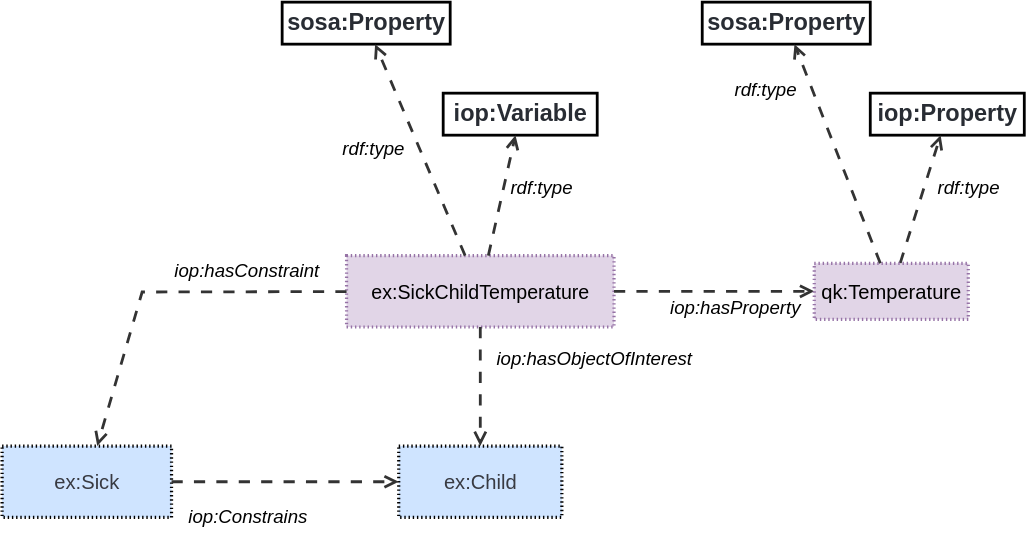
Before: ssn/images/Temperature-i-adopt.svg, a diagram exported from draw.io (afeliachi/sdw-sosa-ssn). Source tidied: cells renumbered, new cells last; positions are measured from the earlier drawing's top-left corner, leaving out a move shared by most shapes.
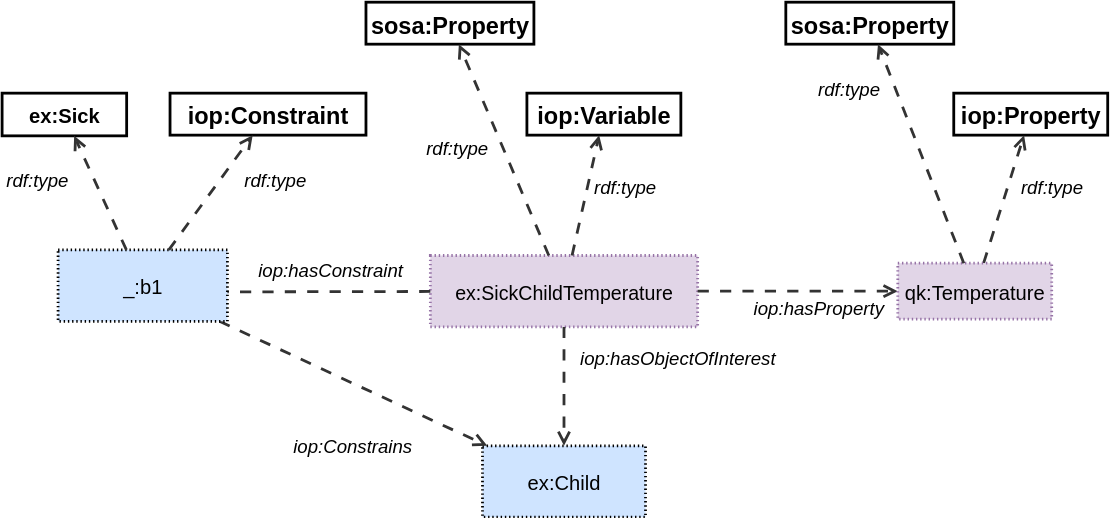
The same diagram one commit later.

Commit message:
Correct I-ADOPT example per discussion in https://github.com/w3c/sdw-sosa-ssn/issues/347

Diff of the diagram source:
```diff
@@ -2,87 +2,105 @@
   <root>
     <mxCell id="0" />
     <mxCell id="1" parent="0" />
-    <mxCell id="2" value="&lt;font style=&quot;font-size: 14px;&quot;&gt;ex:SickChildTemperature&lt;/font&gt;" style="html=1;overflow=block;blockSpacing=1;whiteSpace=wrap;fontSize=14.4;fontFamily=Helvetica;align=center;spacing=0;strokeOpacity=100;fillOpacity=100;fillColor=#e1d5e7;dashed=1;fixDash=1;dashPattern=1 2;strokeWidth=2.3;strokeColor=#9673a6;" parent="1" vertex="1">
+    <mxCell id="2" value="&lt;font style=&quot;font-size: 14px;&quot;&gt;ex:SickChildTemperature&lt;/font&gt;" style="html=1;overflow=block;blockSpacing=1;whiteSpace=wrap;fontSize=14.4;fontFamily=Helvetica;align=center;spacing=0;strokeOpacity=100;fillOpacity=100;fillColor=#e1d5e7;dashed=1;fixDash=1;dashPattern=1 2;strokeWidth=2;strokeColor=#9673a6;fontColor=default;convertToSvg=1;" parent="1" vertex="1">
       <mxGeometry x="246" y="181" width="191" height="51" as="geometry" />
     </mxCell>
-    <mxCell id="3" value="iop:Variable" style="html=1;overflow=block;blockSpacing=1;whiteSpace=wrap;fontSize=16.8;fontColor=#282c33;fontStyle=1;align=center;spacing=0;strokeOpacity=100;fillOpacity=0;fillColor=#000000;strokeWidth=2;" parent="1" vertex="1">
+    <mxCell id="3" value="iop:Variable" style="html=1;overflow=block;blockSpacing=1;whiteSpace=wrap;fontSize=16.8;fontColor=default;fontStyle=1;align=center;spacing=0;strokeOpacity=100;fillOpacity=0;fillColor=#000000;strokeWidth=2;convertToSvg=1;" parent="1" vertex="1">
       <mxGeometry x="315" y="65" width="110" height="30" as="geometry" />
     </mxCell>
-    <mxCell id="4" value="rdf:type" style="html=1;overflow=block;blockSpacing=1;whiteSpace=wrap;fontSize=13.3;fontStyle=2;align=left;spacing=3.8;verticalAlign=top;strokeColor=none;fillOpacity=0;fillColor=#ffffff;dashed=1;fixDash=1;dashPattern=16 6;strokeWidth=0;lucidId=0ZtLoD1I2n68;" parent="1" vertex="1">
+    <mxCell id="4" value="rdf:type" style="html=1;overflow=block;blockSpacing=1;whiteSpace=wrap;fontSize=13.3;fontStyle=2;align=left;spacing=3.8;verticalAlign=top;strokeColor=none;fillOpacity=0;fillColor=#ffffff;dashed=1;fixDash=1;dashPattern=16 6;strokeWidth=2;lucidId=0ZtLoD1I2n68;fontColor=default;convertToSvg=1;" parent="1" vertex="1">
       <mxGeometry x="360" y="122" width="70" height="28" as="geometry" />
     </mxCell>
-    <mxCell id="5" style="html=1;jettySize=18;whiteSpace=wrap;fontSize=13;strokeColor=#333333;strokeOpacity=100;dashed=1;fixDash=1;dashPattern=8 8;strokeWidth=2;rounded=0;startArrow=none;endArrow=open;lucidId=0ZtLjH5MFli1;" parent="1" edge="1" source="2" target="3">
+    <mxCell id="5" style="html=1;jettySize=18;whiteSpace=wrap;fontSize=13;strokeColor=#333333;strokeOpacity=100;dashed=1;fixDash=1;dashPattern=8 8;strokeWidth=2;rounded=0;startArrow=none;endArrow=open;lucidId=0ZtLjH5MFli1;fontColor=default;convertToSvg=1;" parent="1" edge="1" source="2" target="3">
       <mxGeometry relative="1" as="geometry" />
     </mxCell>
-    <mxCell id="6" style="html=1;jettySize=18;whiteSpace=wrap;fontSize=13;strokeColor=#333333;strokeOpacity=100;dashed=1;fixDash=1;dashPattern=8 8;strokeWidth=2;rounded=0;startArrow=none;endArrow=open;lucidId=0ZtL0HBQd7HC;" parent="1" edge="1" source="2" target="10">
+    <mxCell id="6" style="html=1;jettySize=18;whiteSpace=wrap;fontSize=13;strokeColor=#333333;strokeOpacity=100;dashed=1;fixDash=1;dashPattern=8 8;strokeWidth=2;rounded=0;startArrow=none;endArrow=open;lucidId=0ZtL0HBQd7HC;fontColor=default;convertToSvg=1;" parent="1" edge="1" source="2" target="10">
       <mxGeometry relative="1" as="geometry" />
     </mxCell>
-    <mxCell id="7" value="iop:Property" style="html=1;overflow=block;blockSpacing=1;whiteSpace=wrap;fontSize=16.8;fontColor=#282c33;fontStyle=1;align=center;spacing=0;strokeOpacity=100;fillOpacity=0;fillColor=#000000;strokeWidth=2;" parent="1" vertex="1">
+    <mxCell id="7" value="iop:Property" style="html=1;overflow=block;blockSpacing=1;whiteSpace=wrap;fontSize=16.8;fontColor=default;fontStyle=1;align=center;spacing=0;strokeOpacity=100;fillOpacity=0;fillColor=#000000;strokeWidth=2;convertToSvg=1;" parent="1" vertex="1">
       <mxGeometry x="620" y="65" width="110" height="30" as="geometry" />
     </mxCell>
-    <mxCell id="8" style="html=1;jettySize=18;whiteSpace=wrap;fontSize=13;strokeColor=#333333;strokeOpacity=100;dashed=1;fixDash=1;dashPattern=8 8;strokeWidth=2;rounded=0;startArrow=none;endArrow=open;lucidId=P2tL9udR5Qlz;" parent="1" edge="1" source="10" target="7">
+    <mxCell id="8" style="html=1;jettySize=18;whiteSpace=wrap;fontSize=13;strokeColor=#333333;strokeOpacity=100;dashed=1;fixDash=1;dashPattern=8 8;strokeWidth=2;rounded=0;startArrow=none;endArrow=open;lucidId=P2tL9udR5Qlz;fontColor=default;convertToSvg=1;" parent="1" edge="1" source="10" target="7">
       <mxGeometry relative="1" as="geometry" />
     </mxCell>
-    <mxCell id="9" value="rdf:type" style="html=1;overflow=block;blockSpacing=1;whiteSpace=wrap;fontSize=13.3;fontStyle=2;align=left;spacing=3.8;verticalAlign=top;strokeColor=none;fillOpacity=0;fillColor=#ffffff;dashed=1;fixDash=1;dashPattern=16 6;strokeWidth=0;lucidId=P2tLiGQ9.Ah0;" parent="1" vertex="1">
+    <mxCell id="9" value="rdf:type" style="html=1;overflow=block;blockSpacing=1;whiteSpace=wrap;fontSize=13.3;fontStyle=2;align=left;spacing=3.8;verticalAlign=top;strokeColor=none;fillOpacity=0;fillColor=#ffffff;dashed=1;fixDash=1;dashPattern=16 6;strokeWidth=2;lucidId=P2tLiGQ9.Ah0;fontColor=default;convertToSvg=1;" parent="1" vertex="1">
       <mxGeometry x="665" y="122" width="70" height="28" as="geometry" />
     </mxCell>
-    <mxCell id="10" value="qk:Temperature" style="points=[[-0.006,0.445,0]];html=1;overflow=block;blockSpacing=1;whiteSpace=wrap;fontSize=14.4;fontFamily=Helvetica;align=center;spacing=0;strokeOpacity=100;fillOpacity=100;fillColor=#e1d5e7;dashed=1;fixDash=1;dashPattern=1 2;strokeWidth=2.3;strokeColor=#9673a6;" parent="1" vertex="1">
+    <mxCell id="10" value="qk:Temperature" style="points=[[-0.006,0.445,0]];html=1;overflow=block;blockSpacing=1;whiteSpace=wrap;fontSize=14.4;fontFamily=Helvetica;align=center;spacing=0;strokeOpacity=100;fillOpacity=100;fillColor=#e1d5e7;dashed=1;fixDash=1;dashPattern=1 2;strokeWidth=2;strokeColor=#9673a6;fontColor=default;convertToSvg=1;" parent="1" vertex="1">
       <mxGeometry x="580" y="186.5" width="110" height="40" as="geometry" />
     </mxCell>
-    <mxCell id="11" style="edgeStyle=orthogonalEdgeStyle;rounded=0;orthogonalLoop=1;jettySize=auto;html=1;exitX=0.5;exitY=1;exitDx=0;exitDy=0;" parent="1" edge="1">
+    <mxCell id="11" style="edgeStyle=orthogonalEdgeStyle;rounded=0;orthogonalLoop=1;jettySize=auto;html=1;exitX=0.5;exitY=1;exitDx=0;exitDy=0;fontColor=default;convertToSvg=1;strokeWidth=2;" parent="1" edge="1">
       <mxGeometry relative="1" as="geometry">
         <mxPoint x="565.5" y="146" as="sourcePoint" />
         <mxPoint x="565.5" y="146" as="targetPoint" />
       </mxGeometry>
     </mxCell>
-    <mxCell id="12" value="ex:Child" style="html=1;overflow=block;blockSpacing=1;whiteSpace=wrap;fontSize=14.4;fontFamily=Helvetica;fontColor=#383a42;align=center;spacing=0;strokeOpacity=100;fillOpacity=100;fillColor=#cfe4ff;dashed=1;fixDash=1;dashPattern=1 2;strokeWidth=2.3;" parent="1" vertex="1">
+    <mxCell id="12" value="ex:Child" style="html=1;overflow=block;blockSpacing=1;whiteSpace=wrap;fontSize=14.4;fontFamily=Helvetica;fontColor=default;align=center;spacing=0;strokeOpacity=100;fillOpacity=100;fillColor=#cfe4ff;dashed=1;fixDash=1;dashPattern=1 2;strokeWidth=2;convertToSvg=1;" parent="1" vertex="1">
       <mxGeometry x="283.2" y="317" width="116.5" height="51" as="geometry" />
     </mxCell>
-    <mxCell id="13" value="ex:Sick" style="html=1;overflow=block;blockSpacing=1;whiteSpace=wrap;fontSize=14.4;fontFamily=Helvetica;fontColor=#383a42;align=center;spacing=0;strokeOpacity=100;fillOpacity=100;fillColor=#cfe4ff;dashed=1;fixDash=1;dashPattern=1 2;strokeWidth=2.3;" parent="1" vertex="1">
-      <mxGeometry y="317" width="121" height="51" as="geometry" />
+    <mxCell id="13" value="ex:Sick" style="html=1;overflow=block;blockSpacing=1;whiteSpace=wrap;fontSize=14.4;fontFamily=Helvetica;fontColor=default;align=center;spacing=0;strokeOpacity=100;fillOpacity=100;fillColor=none;fixDash=1;strokeWidth=2;fontStyle=1;convertToSvg=1;" parent="1" vertex="1">
+      <mxGeometry x="-60" y="65" width="89" height="30.5" as="geometry" />
     </mxCell>
-    <mxCell id="14" style="html=1;jettySize=18;whiteSpace=wrap;fontSize=13;strokeColor=#333333;strokeOpacity=100;dashed=1;fixDash=1;dashPattern=8 8;strokeWidth=2;rounded=0;startArrow=none;endArrow=open;lucidId=0ZtL0HBQd7HC;" parent="1" edge="1" source="2" target="12">
+    <mxCell id="14" style="html=1;jettySize=18;whiteSpace=wrap;fontSize=13;strokeColor=#333333;strokeOpacity=100;dashed=1;fixDash=1;dashPattern=8 8;strokeWidth=2;rounded=0;startArrow=none;endArrow=open;lucidId=0ZtL0HBQd7HC;fontColor=default;convertToSvg=1;" parent="1" edge="1" source="2" target="12">
       <mxGeometry relative="1" as="geometry" />
     </mxCell>
-    <mxCell id="15" style="html=1;jettySize=18;whiteSpace=wrap;fontSize=13;strokeColor=#333333;strokeOpacity=100;dashed=1;fixDash=1;dashPattern=8 8;strokeWidth=2;rounded=0;startArrow=none;endArrow=open;lucidId=0ZtL0HBQd7HC;" parent="1" edge="1" source="2" target="13">
+    <mxCell id="15" style="html=1;jettySize=18;whiteSpace=wrap;fontSize=13;strokeColor=#333333;strokeOpacity=100;dashed=1;fixDash=1;dashPattern=8 8;strokeWidth=2;rounded=0;startArrow=none;endArrow=open;lucidId=0ZtL0HBQd7HC;fontColor=default;convertToSvg=1;" parent="1" edge="1" source="2" target="28">
       <mxGeometry relative="1" as="geometry">
         <Array as="points">
           <mxPoint x="100" y="207" />
         </Array>
       </mxGeometry>
     </mxCell>
-    <mxCell id="16" value="iop:hasConstraint" style="html=1;overflow=block;blockSpacing=1;whiteSpace=wrap;fontSize=13.3;fontStyle=2;align=left;spacing=3.8;verticalAlign=top;strokeColor=none;fillOpacity=0;fillColor=#ffffff;dashed=1;fixDash=1;dashPattern=16 6;strokeWidth=0;lucidId=0ZtLjIqilOCG;" parent="1" vertex="1">
+    <mxCell id="16" value="iop:hasConstraint" style="html=1;overflow=block;blockSpacing=1;whiteSpace=wrap;fontSize=13.3;fontStyle=2;align=left;spacing=3.8;verticalAlign=top;strokeColor=none;fillOpacity=0;fillColor=#ffffff;dashed=1;fixDash=1;dashPattern=16 6;strokeWidth=2;lucidId=0ZtLjIqilOCG;fontColor=default;convertToSvg=1;" parent="1" vertex="1">
       <mxGeometry x="120" y="181" width="101" height="24" as="geometry" />
     </mxCell>
-    <mxCell id="17" value="sosa:Property" style="html=1;overflow=block;blockSpacing=1;whiteSpace=wrap;fontSize=16.8;fontColor=#282c33;fontStyle=1;align=center;spacing=0;strokeOpacity=100;fillOpacity=0;fillColor=#000000;strokeWidth=2;" parent="1" vertex="1">
+    <mxCell id="17" value="sosa:Property" style="html=1;overflow=block;blockSpacing=1;whiteSpace=wrap;fontSize=16.8;fontColor=default;fontStyle=1;align=center;spacing=0;strokeOpacity=100;fillOpacity=0;fillColor=#000000;strokeWidth=2;convertToSvg=1;" parent="1" vertex="1">
       <mxGeometry x="200" width="120" height="30" as="geometry" />
     </mxCell>
-    <mxCell id="18" value="iop:hasProperty" style="html=1;overflow=block;blockSpacing=1;whiteSpace=wrap;fontSize=13.3;fontStyle=2;align=left;spacing=3.8;verticalAlign=top;strokeColor=none;fillOpacity=0;fillColor=#ffffff;dashed=1;fixDash=1;dashPattern=16 6;strokeWidth=0;lucidId=0ZtLjIqilOCG;" parent="1" vertex="1">
+    <mxCell id="18" value="iop:hasProperty" style="html=1;overflow=block;blockSpacing=1;whiteSpace=wrap;fontSize=13.3;fontStyle=2;align=left;spacing=3.8;verticalAlign=top;strokeColor=none;fillOpacity=0;fillColor=#ffffff;dashed=1;fixDash=1;dashPattern=16 6;strokeWidth=2;lucidId=0ZtLjIqilOCG;fontColor=default;convertToSvg=1;" parent="1" vertex="1">
       <mxGeometry x="474" y="208" width="101" height="24" as="geometry" />
     </mxCell>
-    <mxCell id="19" value="iop:hasObjectOfInterest" style="html=1;overflow=block;blockSpacing=1;whiteSpace=wrap;fontSize=13.3;fontStyle=2;align=left;spacing=3.8;verticalAlign=top;strokeColor=none;fillOpacity=0;fillColor=#ffffff;dashed=1;fixDash=1;dashPattern=16 6;strokeWidth=0;lucidId=0ZtLjIqilOCG;" parent="1" vertex="1">
+    <mxCell id="19" value="iop:hasObjectOfInterest" style="html=1;overflow=block;blockSpacing=1;whiteSpace=wrap;fontSize=13.3;fontStyle=2;align=left;spacing=3.8;verticalAlign=top;strokeColor=none;fillOpacity=0;fillColor=#ffffff;dashed=1;fixDash=1;dashPattern=16 6;strokeWidth=2;lucidId=0ZtLjIqilOCG;fontColor=default;convertToSvg=1;" parent="1" vertex="1">
       <mxGeometry x="350" y="244" width="101" height="24" as="geometry" />
     </mxCell>
-    <mxCell id="20" value="iop:Constrains" style="html=1;overflow=block;blockSpacing=1;whiteSpace=wrap;fontSize=13.3;fontStyle=2;align=left;spacing=3.8;verticalAlign=top;strokeColor=none;fillOpacity=0;fillColor=#ffffff;dashed=1;fixDash=1;dashPattern=16 6;strokeWidth=0;lucidId=0ZtLjIqilOCG;" parent="1" vertex="1">
-      <mxGeometry x="130" y="357" width="101" height="24" as="geometry" />
+    <mxCell id="20" value="iop:Constrains" style="html=1;overflow=block;blockSpacing=1;whiteSpace=wrap;fontSize=13.3;fontStyle=2;align=left;spacing=3.8;verticalAlign=top;strokeColor=none;fillOpacity=0;fillColor=#ffffff;dashed=1;fixDash=1;dashPattern=16 6;strokeWidth=2;lucidId=0ZtLjIqilOCG;fontColor=default;convertToSvg=1;" parent="1" vertex="1">
+      <mxGeometry x="145" y="307" width="101" height="24" as="geometry" />
     </mxCell>
-    <mxCell id="21" style="html=1;jettySize=18;whiteSpace=wrap;fontSize=13;strokeColor=#333333;strokeOpacity=100;dashed=1;fixDash=1;dashPattern=8 8;strokeWidth=2;rounded=0;startArrow=none;endArrow=open;lucidId=0ZtL0HBQd7HC;" parent="1" edge="1" source="13" target="12">
+    <mxCell id="21" style="html=1;jettySize=18;whiteSpace=wrap;fontSize=13;strokeColor=#333333;strokeOpacity=100;dashed=1;fixDash=1;dashPattern=8 8;strokeWidth=2;rounded=0;startArrow=none;endArrow=open;lucidId=0ZtL0HBQd7HC;fontColor=default;convertToSvg=1;" parent="1" edge="1" source="28" target="12">
       <mxGeometry relative="1" as="geometry" />
     </mxCell>
-    <mxCell id="22" style="html=1;jettySize=18;whiteSpace=wrap;fontSize=13;strokeColor=#333333;strokeOpacity=100;dashed=1;fixDash=1;dashPattern=8 8;strokeWidth=2;rounded=0;startArrow=none;endArrow=open;lucidId=0ZtLjH5MFli1;" parent="1" edge="1" source="2" target="17">
+    <mxCell id="22" style="html=1;jettySize=18;whiteSpace=wrap;fontSize=13;strokeColor=#333333;strokeOpacity=100;dashed=1;fixDash=1;dashPattern=8 8;strokeWidth=2;rounded=0;startArrow=none;endArrow=open;lucidId=0ZtLjH5MFli1;fontColor=default;convertToSvg=1;" parent="1" edge="1" source="2" target="17">
       <mxGeometry relative="1" as="geometry" />
     </mxCell>
-    <mxCell id="23" value="rdf:type" style="html=1;overflow=block;blockSpacing=1;whiteSpace=wrap;fontSize=13.3;fontStyle=2;align=left;spacing=3.8;verticalAlign=top;strokeColor=none;fillOpacity=0;fillColor=#ffffff;dashed=1;fixDash=1;dashPattern=16 6;strokeWidth=0;lucidId=0ZtLoD1I2n68;" parent="1" vertex="1">
+    <mxCell id="23" value="rdf:type" style="html=1;overflow=block;blockSpacing=1;whiteSpace=wrap;fontSize=13.3;fontStyle=2;align=left;spacing=3.8;verticalAlign=top;strokeColor=none;fillOpacity=0;fillColor=#ffffff;dashed=1;fixDash=1;dashPattern=16 6;strokeWidth=2;lucidId=0ZtLoD1I2n68;fontColor=default;convertToSvg=1;" parent="1" vertex="1">
       <mxGeometry x="240" y="94" width="70" height="28" as="geometry" />
     </mxCell>
-    <mxCell id="24" value="sosa:Property" style="html=1;overflow=block;blockSpacing=1;whiteSpace=wrap;fontSize=16.8;fontColor=#282c33;fontStyle=1;align=center;spacing=0;strokeOpacity=100;fillOpacity=0;fillColor=#000000;strokeWidth=2;" parent="1" vertex="1">
+    <mxCell id="24" value="sosa:Property" style="html=1;overflow=block;blockSpacing=1;whiteSpace=wrap;fontSize=16.8;fontColor=default;fontStyle=1;align=center;spacing=0;strokeOpacity=100;fillOpacity=0;fillColor=#000000;strokeWidth=2;convertToSvg=1;" parent="1" vertex="1">
       <mxGeometry x="500" width="120" height="30" as="geometry" />
     </mxCell>
-    <mxCell id="25" style="html=1;jettySize=18;whiteSpace=wrap;fontSize=13;strokeColor=#333333;strokeOpacity=100;dashed=1;fixDash=1;dashPattern=8 8;strokeWidth=2;rounded=0;startArrow=none;endArrow=open;lucidId=0ZtLjH5MFli1;" parent="1" edge="1" source="10" target="24">
+    <mxCell id="25" style="html=1;jettySize=18;whiteSpace=wrap;fontSize=13;strokeColor=#333333;strokeOpacity=100;dashed=1;fixDash=1;dashPattern=8 8;strokeWidth=2;rounded=0;startArrow=none;endArrow=open;lucidId=0ZtLjH5MFli1;fontColor=default;convertToSvg=1;" parent="1" edge="1" source="10" target="24">
       <mxGeometry relative="1" as="geometry" />
     </mxCell>
-    <mxCell id="26" value="rdf:type" style="html=1;overflow=block;blockSpacing=1;whiteSpace=wrap;fontSize=13.3;fontStyle=2;align=left;spacing=3.8;verticalAlign=top;strokeColor=none;fillOpacity=0;fillColor=#ffffff;dashed=1;fixDash=1;dashPattern=16 6;strokeWidth=0;lucidId=P2tLiGQ9.Ah0;" parent="1" vertex="1">
+    <mxCell id="26" value="rdf:type" style="html=1;overflow=block;blockSpacing=1;whiteSpace=wrap;fontSize=13.3;fontStyle=2;align=left;spacing=3.8;verticalAlign=top;strokeColor=none;fillOpacity=0;fillColor=#ffffff;dashed=1;fixDash=1;dashPattern=16 6;strokeWidth=2;lucidId=P2tLiGQ9.Ah0;fontColor=default;convertToSvg=1;" parent="1" vertex="1">
       <mxGeometry x="520" y="52" width="70" height="28" as="geometry" />
     </mxCell>
+    <mxCell id="27" value="iop:Constraint" style="html=1;overflow=block;blockSpacing=1;whiteSpace=wrap;fontSize=16.8;fontColor=default;fontStyle=1;align=center;spacing=0;strokeOpacity=100;fillOpacity=0;fillColor=#000000;strokeWidth=2;convertToSvg=1;" parent="1" vertex="1">
+      <mxGeometry x="60" y="65" width="140" height="30" as="geometry" />
+    </mxCell>
+    <mxCell id="28" value="_:b1" style="html=1;overflow=block;blockSpacing=1;whiteSpace=wrap;fontSize=14.4;fontFamily=Helvetica;fontColor=default;align=center;spacing=0;strokeOpacity=100;fillOpacity=100;fillColor=#cfe4ff;dashed=1;fixDash=1;dashPattern=1 2;strokeWidth=2;convertToSvg=1;" parent="1" vertex="1">
+      <mxGeometry x="-20" y="177" width="121" height="51" as="geometry" />
+    </mxCell>
+    <mxCell id="29" value="rdf:type" style="html=1;overflow=block;blockSpacing=1;whiteSpace=wrap;fontSize=13.3;fontStyle=2;align=left;spacing=3.8;verticalAlign=top;strokeColor=none;fillOpacity=0;fillColor=#ffffff;dashed=1;fixDash=1;dashPattern=16 6;strokeWidth=2;lucidId=0ZtLoD1I2n68;fontColor=default;convertToSvg=1;" parent="1" vertex="1">
+      <mxGeometry x="-60" y="117" width="70" height="28" as="geometry" />
+    </mxCell>
+    <mxCell id="30" style="html=1;jettySize=18;whiteSpace=wrap;fontSize=13;strokeColor=#333333;strokeOpacity=100;dashed=1;fixDash=1;dashPattern=8 8;strokeWidth=2;rounded=0;startArrow=none;endArrow=open;lucidId=0ZtLjH5MFli1;fontColor=default;convertToSvg=1;" parent="1" edge="1" source="28" target="13">
+      <mxGeometry relative="1" as="geometry" />
+    </mxCell>
+    <mxCell id="31" value="rdf:type" style="html=1;overflow=block;blockSpacing=1;whiteSpace=wrap;fontSize=13.3;fontStyle=2;align=left;spacing=3.8;verticalAlign=top;strokeColor=none;fillOpacity=0;fillColor=#ffffff;dashed=1;fixDash=1;dashPattern=16 6;strokeWidth=2;lucidId=0ZtLoD1I2n68;fontColor=default;convertToSvg=1;" parent="1" vertex="1">
+      <mxGeometry x="110" y="117" width="70" height="28" as="geometry" />
+    </mxCell>
+    <mxCell id="32" style="html=1;jettySize=18;whiteSpace=wrap;fontSize=13;strokeColor=#333333;strokeOpacity=100;dashed=1;fixDash=1;dashPattern=8 8;strokeWidth=2;rounded=0;startArrow=none;endArrow=open;lucidId=0ZtLjH5MFli1;fontColor=default;convertToSvg=1;" parent="1" edge="1" source="28" target="27">
+      <mxGeometry relative="1" as="geometry" />
+    </mxCell>
   </root>
 </mxGraphModel>
```
